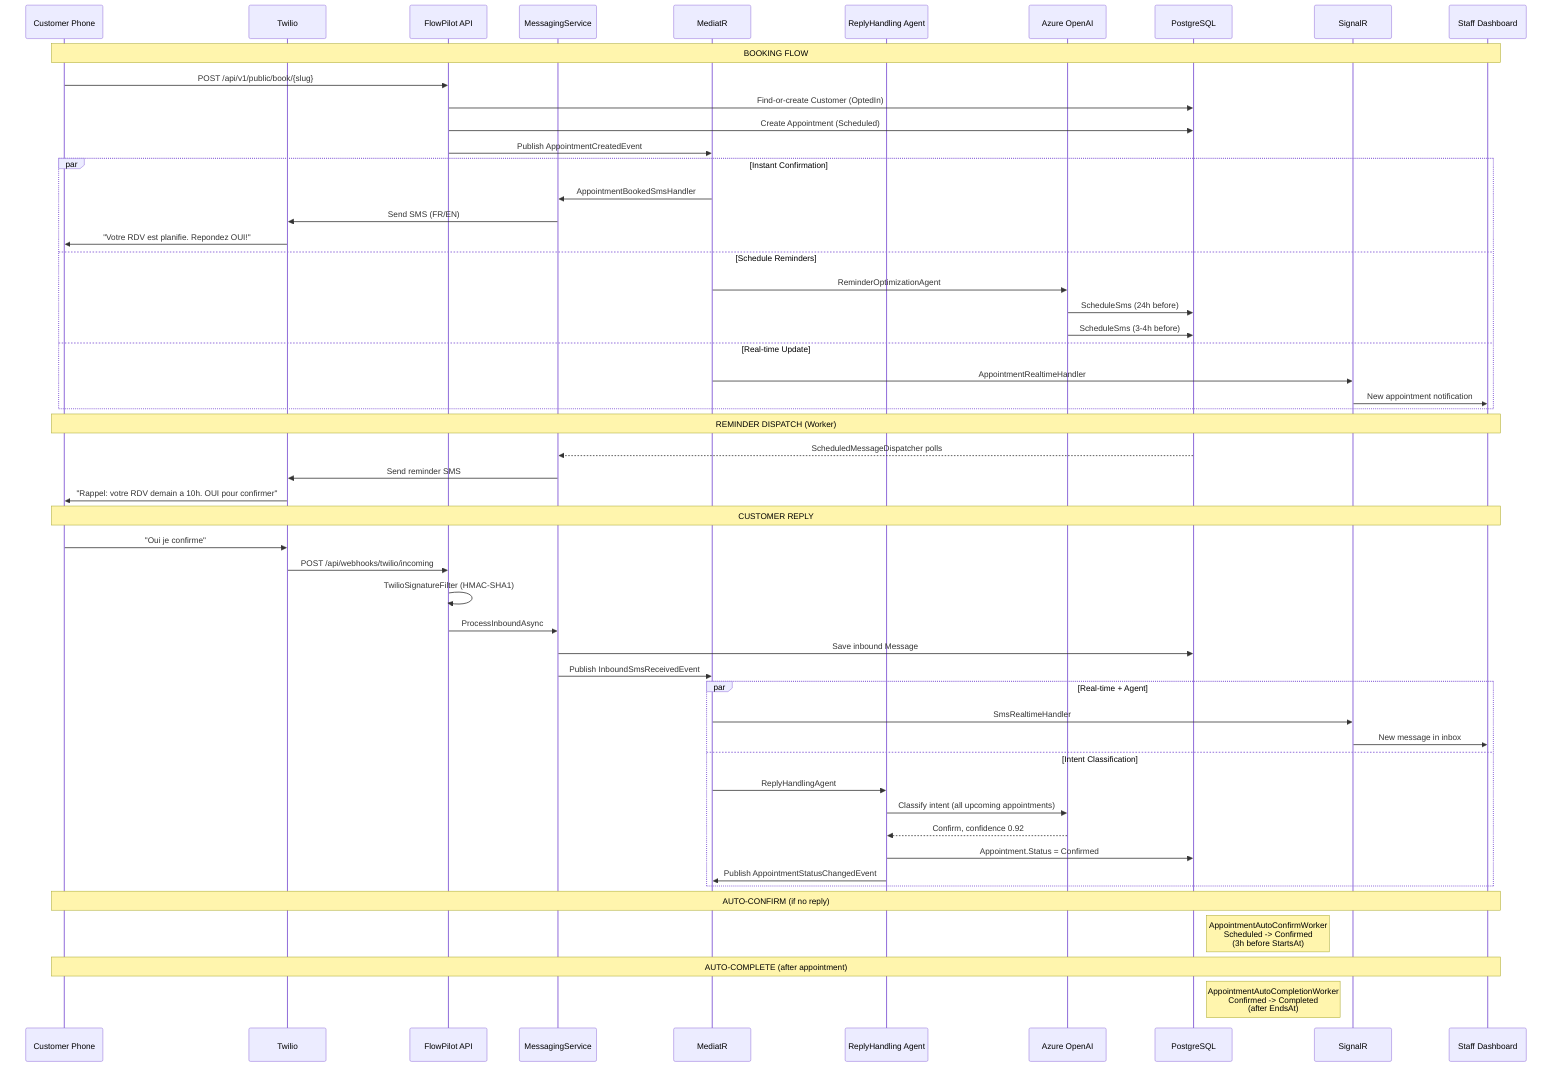
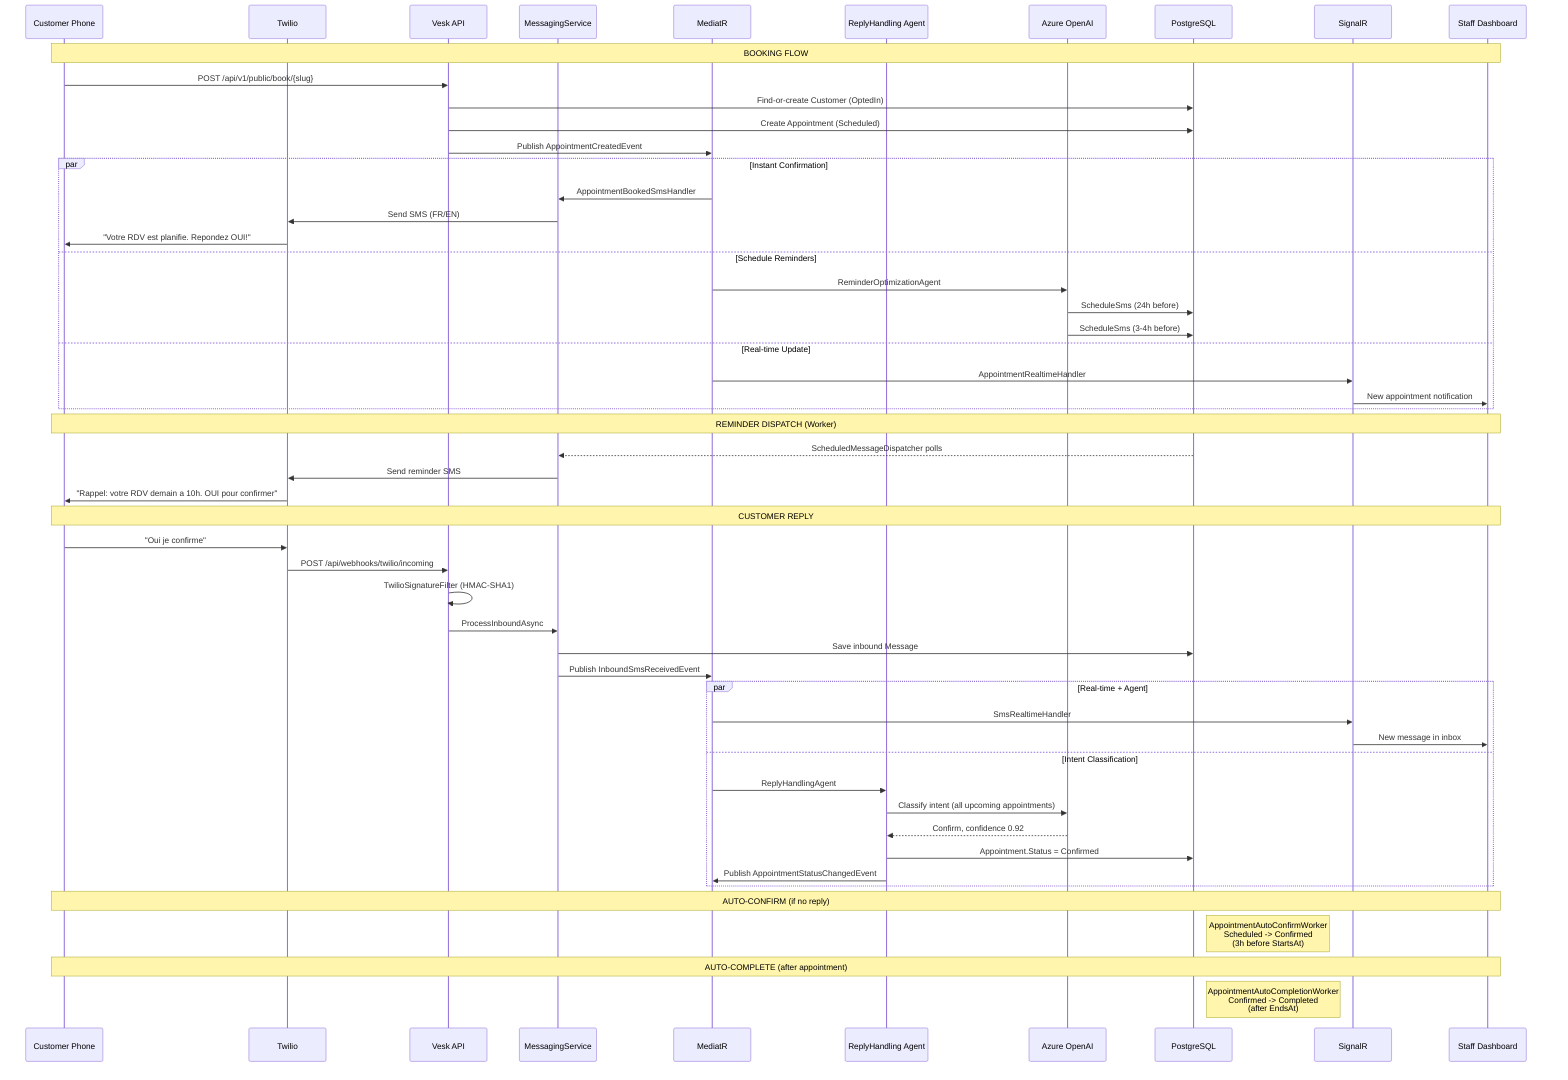
sequenceDiagram
    participant C as Customer Phone
    participant T as Twilio
-     participant API as FlowPilot API
+     participant API as Vesk API
    participant MS as MessagingService
    participant MR as MediatR
    participant RA as ReplyHandling Agent
    participant AI as Azure OpenAI
    participant DB as PostgreSQL
    participant SR as SignalR
    participant D as Staff Dashboard

    Note over C,D: BOOKING FLOW
    C->>API: POST /api/v1/public/book/{slug}
    API->>DB: Find-or-create Customer (OptedIn)
    API->>DB: Create Appointment (Scheduled)
    API->>MR: Publish AppointmentCreatedEvent

    par Instant Confirmation
        MR->>MS: AppointmentBookedSmsHandler
        MS->>T: Send SMS (FR/EN)
        T->>C: "Votre RDV est planifie. Repondez OUI!"
    and Schedule Reminders
        MR->>AI: ReminderOptimizationAgent
        AI->>DB: ScheduleSms (24h before)
        AI->>DB: ScheduleSms (3-4h before)
    and Real-time Update
        MR->>SR: AppointmentRealtimeHandler
        SR->>D: New appointment notification
    end

    Note over C,D: REMINDER DISPATCH (Worker)
    DB-->>MS: ScheduledMessageDispatcher polls
    MS->>T: Send reminder SMS
    T->>C: "Rappel: votre RDV demain a 10h. OUI pour confirmer"

    Note over C,D: CUSTOMER REPLY
    C->>T: "Oui je confirme"
    T->>API: POST /api/webhooks/twilio/incoming
    API->>API: TwilioSignatureFilter (HMAC-SHA1)
    API->>MS: ProcessInboundAsync
    MS->>DB: Save inbound Message
    MS->>MR: Publish InboundSmsReceivedEvent

    par Real-time + Agent
        MR->>SR: SmsRealtimeHandler
        SR->>D: New message in inbox
    and Intent Classification
        MR->>RA: ReplyHandlingAgent
        RA->>AI: Classify intent (all upcoming appointments)
        AI-->>RA: Confirm, confidence 0.92
        RA->>DB: Appointment.Status = Confirmed
        RA->>MR: Publish AppointmentStatusChangedEvent
    end

    Note over C,D: AUTO-CONFIRM (if no reply)
    Note right of DB: AppointmentAutoConfirmWorker<br/>Scheduled -> Confirmed<br/>(3h before StartsAt)

    Note over C,D: AUTO-COMPLETE (after appointment)
    Note right of DB: AppointmentAutoCompletionWorker<br/>Confirmed -> Completed<br/>(after EndsAt)
